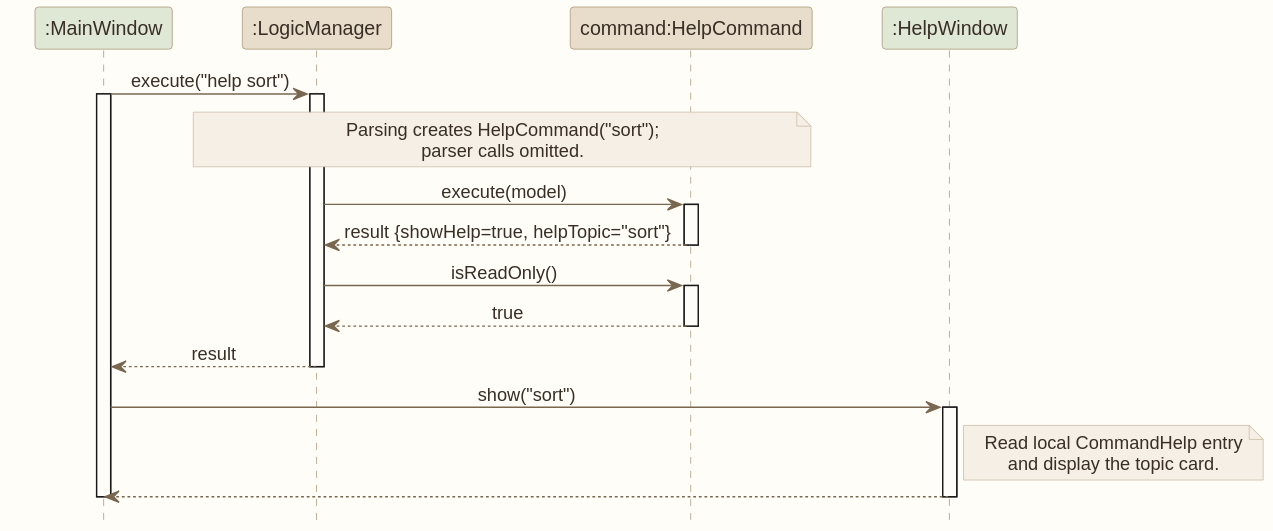
The PlantUML diagram docs/images/HelpSequenceDiagram.svg in AY2627S1-CS2103T-W12-1/tp, before a commit.
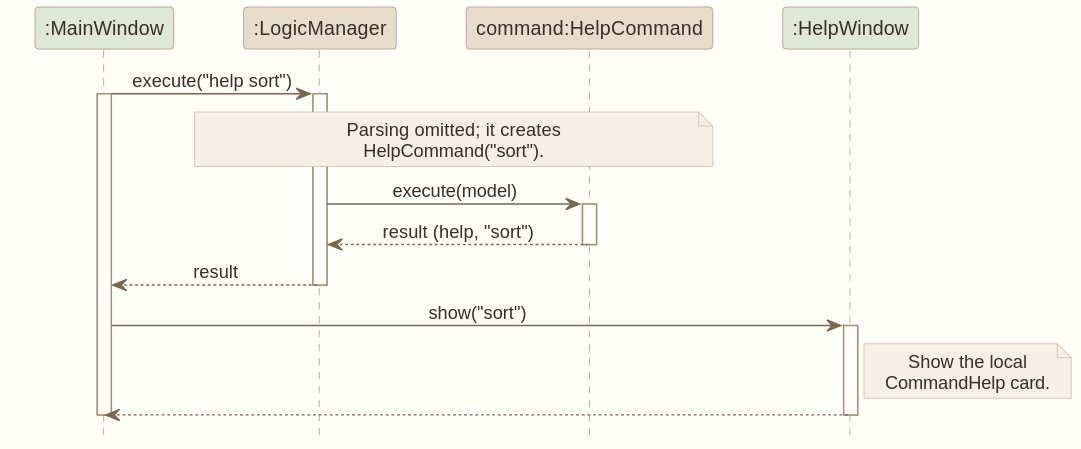
After the change.

What changed in the source:
```diff
@@ -9,20 +9,16 @@
 ui -> logic : execute("help sort")
 activate ui
 activate logic
-note over logic, command: Parsing creates HelpCommand("sort");\nparser calls omitted.
+note over logic, command: Parsing omitted; it creates\nHelpCommand("sort").
 logic -> command : execute(model)
 activate command
-command --> logic : result {showHelp=true, helpTopic="sort"}
-deactivate command
-logic -> command : isReadOnly()
-activate command
-command --> logic : true
+command --> logic : result (help, "sort")
 deactivate command
 logic --> ui : result
 deactivate logic
 ui -> help : show("sort")
 activate help
-note right of help: Read local CommandHelp entry\nand display the topic card.
+note right of help: Show the local\nCommandHelp card.
 help --> ui
 deactivate help
 deactivate ui
```
